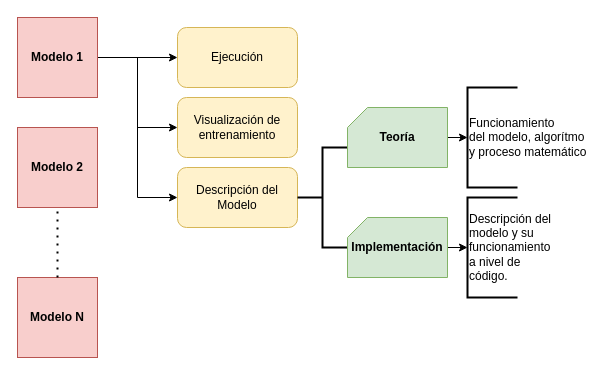
Above: img/tensorflowjs/diag_plataforma.drawio in ccofres/plataformaJS (draw.io), before the change. Source tidied: cells renumbered, new cells numbered last; positions are measured from the earlier drawing's top-left corner, leaving out a move shared by most shapes. Both pictures are drawn from the tidied source at 100%, with x=0, y=0 at pixel (17, 17).
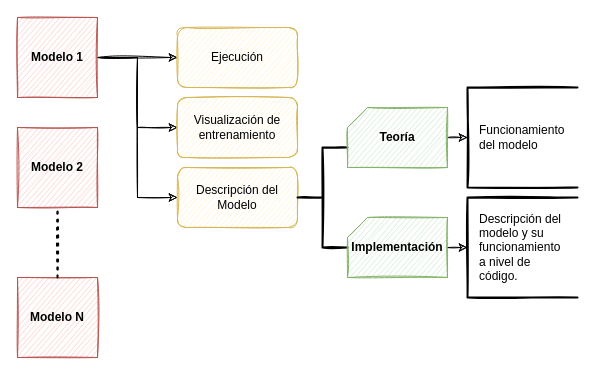
The same diagram, later.

Change to the diagram source:
```diff
@@
 <mxGraphModel>
   <root>
     <mxCell id="0" />
     <mxCell id="1" parent="0" />
-    <mxCell id="2" style="edgeStyle=orthogonalEdgeStyle;rounded=0;jettySize=auto;html=1;exitX=1;exitY=0.5;exitDx=0;exitDy=0;entryX=0;entryY=0.5;entryDx=0;entryDy=0;" parent="1" edge="1" source="5" target="6">
+    <mxCell id="2" style="edgeStyle=orthogonalEdgeStyle;rounded=0;jettySize=auto;html=1;exitX=1;exitY=0.5;exitDx=0;exitDy=0;entryX=0;entryY=0.5;entryDx=0;entryDy=0;sketch=1;" parent="1" edge="1" source="5" target="6">
       <mxGeometry relative="1" as="geometry" />
     </mxCell>
-    <mxCell id="3" style="edgeStyle=orthogonalEdgeStyle;rounded=0;jettySize=auto;html=1;exitX=1;exitY=0.5;exitDx=0;exitDy=0;entryX=0;entryY=0.5;entryDx=0;entryDy=0;" parent="1" edge="1" source="5" target="7">
+    <mxCell id="3" style="edgeStyle=orthogonalEdgeStyle;rounded=0;jettySize=auto;html=1;exitX=1;exitY=0.5;exitDx=0;exitDy=0;entryX=0;entryY=0.5;entryDx=0;entryDy=0;sketch=1;" parent="1" edge="1" source="5" target="7">
       <mxGeometry relative="1" as="geometry" />
     </mxCell>
-    <mxCell id="4" style="edgeStyle=orthogonalEdgeStyle;rounded=0;jettySize=auto;html=1;exitX=1;exitY=0.5;exitDx=0;exitDy=0;entryX=0;entryY=0.5;entryDx=0;entryDy=0;" parent="1" edge="1" source="5" target="8">
+    <mxCell id="4" style="edgeStyle=orthogonalEdgeStyle;rounded=0;jettySize=auto;html=1;exitX=1;exitY=0.5;exitDx=0;exitDy=0;entryX=0;entryY=0.5;entryDx=0;entryDy=0;sketch=1;" parent="1" edge="1" source="5" target="8">
       <mxGeometry relative="1" as="geometry" />
     </mxCell>
-    <mxCell id="5" value="&lt;b&gt;Modelo 1&lt;/b&gt;" style="whiteSpace=wrap;html=1;fillColor=#f8cecc;strokeColor=#b85450;" parent="1" vertex="1">
+    <mxCell id="5" value="&lt;b&gt;Modelo 1&lt;/b&gt;" style="whiteSpace=wrap;html=1;fillColor=#f8cecc;strokeColor=#b85450;sketch=1;" parent="1" vertex="1">
       <mxGeometry width="80" height="80" as="geometry" />
     </mxCell>
-    <mxCell id="6" value="Ejecución" style="rounded=1;whiteSpace=wrap;html=1;fillColor=#fff2cc;strokeColor=#d6b656;" parent="1" vertex="1">
+    <mxCell id="6" value="Ejecución" style="rounded=1;whiteSpace=wrap;html=1;fillColor=#fff2cc;strokeColor=#d6b656;sketch=1;" parent="1" vertex="1">
       <mxGeometry x="160" y="10" width="120" height="60" as="geometry" />
     </mxCell>
-    <mxCell id="7" value="Visualización de entrenamiento" style="rounded=1;whiteSpace=wrap;html=1;fillColor=#fff2cc;strokeColor=#d6b656;" parent="1" vertex="1">
+    <mxCell id="7" value="Visualización de entrenamiento" style="rounded=1;whiteSpace=wrap;html=1;fillColor=#fff2cc;strokeColor=#d6b656;sketch=1;" parent="1" vertex="1">
       <mxGeometry x="160" y="80" width="120" height="60" as="geometry" />
     </mxCell>
-    <mxCell id="8" value="Descripción del Modelo" style="rounded=1;whiteSpace=wrap;html=1;fillColor=#fff2cc;strokeColor=#d6b656;" parent="1" vertex="1">
+    <mxCell id="8" value="Descripción del Modelo" style="rounded=1;whiteSpace=wrap;html=1;fillColor=#fff2cc;strokeColor=#d6b656;sketch=1;" parent="1" vertex="1">
       <mxGeometry x="160" y="150" width="120" height="60" as="geometry" />
     </mxCell>
-    <mxCell id="9" style="strokeWidth=2;html=1;shape=mxgraph.flowchart.annotation_2;align=left;labelPosition=right;" parent="1" vertex="1">
+    <mxCell id="9" style="strokeWidth=2;html=1;shape=mxgraph.flowchart.annotation_2;align=left;labelPosition=right;sketch=1;" parent="1" vertex="1">
       <mxGeometry x="280" y="130" width="50" height="100" as="geometry" />
     </mxCell>
-    <mxCell id="10" style="edgeStyle=orthogonalEdgeStyle;rounded=0;jettySize=auto;html=1;exitX=1;exitY=0.5;exitDx=0;exitDy=0;exitPerimeter=0;entryX=0;entryY=0.5;entryDx=0;entryDy=0;entryPerimeter=0;" parent="1" edge="1" source="11" target="14">
+    <mxCell id="10" style="edgeStyle=orthogonalEdgeStyle;rounded=0;jettySize=auto;html=1;exitX=1;exitY=0.5;exitDx=0;exitDy=0;exitPerimeter=0;entryX=0;entryY=0.5;entryDx=0;entryDy=0;entryPerimeter=0;sketch=1;" parent="1" edge="1" source="11" target="14">
       <mxGeometry relative="1" as="geometry" />
     </mxCell>
-    <mxCell id="11" value="&lt;b&gt;Teoría&lt;/b&gt;" style="verticalLabelPosition=middle;verticalAlign=middle;html=1;shape=card;whiteSpace=wrap;size=20;arcSize=12;fillColor=#d5e8d4;strokeColor=#82b366;labelPosition=center;align=center;" parent="1" vertex="1">
+    <mxCell id="11" value="&lt;b&gt;Teoría&lt;/b&gt;" style="verticalLabelPosition=middle;verticalAlign=middle;html=1;shape=card;whiteSpace=wrap;size=20;arcSize=12;fillColor=#d5e8d4;strokeColor=#82b366;labelPosition=center;align=center;sketch=1;" parent="1" vertex="1">
       <mxGeometry x="330" y="90" width="100" height="60" as="geometry" />
     </mxCell>
-    <mxCell id="12" style="edgeStyle=orthogonalEdgeStyle;rounded=0;jettySize=auto;html=1;exitX=1;exitY=0.5;exitDx=0;exitDy=0;exitPerimeter=0;entryX=0;entryY=0.5;entryDx=0;entryDy=0;entryPerimeter=0;" parent="1" edge="1" source="13" target="15">
+    <mxCell id="12" style="edgeStyle=orthogonalEdgeStyle;rounded=0;jettySize=auto;html=1;exitX=1;exitY=0.5;exitDx=0;exitDy=0;exitPerimeter=0;entryX=0;entryY=0.5;entryDx=0;entryDy=0;entryPerimeter=0;sketch=1;" parent="1" edge="1" source="13" target="15">
       <mxGeometry relative="1" as="geometry" />
     </mxCell>
-    <mxCell id="13" value="&lt;b&gt;Implementación&lt;/b&gt;" style="verticalLabelPosition=middle;verticalAlign=middle;html=1;shape=card;whiteSpace=wrap;size=20;arcSize=12;fillColor=#d5e8d4;strokeColor=#82b366;labelPosition=center;align=center;" parent="1" vertex="1">
+    <mxCell id="13" value="&lt;b&gt;Implementación&lt;/b&gt;" style="verticalLabelPosition=middle;verticalAlign=middle;html=1;shape=card;whiteSpace=wrap;size=20;arcSize=12;fillColor=#d5e8d4;strokeColor=#82b366;labelPosition=center;align=center;sketch=1;" parent="1" vertex="1">
       <mxGeometry x="330" y="200" width="100" height="60" as="geometry" />
     </mxCell>
-    <mxCell id="14" value="Funcionamiento&lt;br&gt;del modelo, algorítmo&lt;br&gt;y proceso matemático" style="strokeWidth=2;html=1;shape=mxgraph.flowchart.annotation_1;align=left;" parent="1" vertex="1">
-      <mxGeometry x="450" y="70" width="50" height="100" as="geometry" />
+    <mxCell id="14" value="Funcionamiento&lt;br&gt;del modelo" style="strokeWidth=2;html=1;shape=mxgraph.flowchart.annotation_1;align=left;spacingLeft=10;sketch=1;" parent="1" vertex="1">
+      <mxGeometry x="450" y="70" width="110" height="100" as="geometry" />
     </mxCell>
-    <mxCell id="15" value="&lt;div class=&quot;O0&quot; style=&quot;margin-top: 0pt ; margin-bottom: 0pt ; margin-left: 0.38in ; text-indent: -0.38in&quot;&gt;Descripción del&amp;nbsp;&lt;/div&gt;&lt;div class=&quot;O0&quot; style=&quot;margin-top: 0pt ; margin-bottom: 0pt ; margin-left: 0.38in ; text-indent: -0.38in&quot;&gt;modelo y su&amp;nbsp;&lt;/div&gt;&lt;div class=&quot;O0&quot; style=&quot;margin-top: 0pt ; margin-bottom: 0pt ; margin-left: 0.38in ; text-indent: -0.38in&quot;&gt;funcionamiento&amp;nbsp;&lt;/div&gt;&lt;div class=&quot;O0&quot; style=&quot;margin-top: 0pt ; margin-bottom: 0pt ; margin-left: 0.38in ; text-indent: -0.38in&quot;&gt;a nivel de&lt;/div&gt;&lt;div class=&quot;O0&quot; style=&quot;margin-top: 0pt ; margin-bottom: 0pt ; margin-left: 0.38in ; text-indent: -0.38in&quot;&gt;código.&lt;/div&gt;" style="strokeWidth=2;html=1;shape=mxgraph.flowchart.annotation_1;align=left;" parent="1" vertex="1">
-      <mxGeometry x="450" y="180" width="50" height="100" as="geometry" />
+    <mxCell id="15" value="&lt;div class=&quot;O0&quot; style=&quot;margin-top: 0pt ; margin-bottom: 0pt ; margin-left: 0.38in ; text-indent: -0.38in&quot;&gt;Descripción del&amp;nbsp;&lt;/div&gt;&lt;div class=&quot;O0&quot; style=&quot;margin-top: 0pt ; margin-bottom: 0pt ; margin-left: 0.38in ; text-indent: -0.38in&quot;&gt;modelo y su&amp;nbsp;&lt;/div&gt;&lt;div class=&quot;O0&quot; style=&quot;margin-top: 0pt ; margin-bottom: 0pt ; margin-left: 0.38in ; text-indent: -0.38in&quot;&gt;funcionamiento&amp;nbsp;&lt;/div&gt;&lt;div class=&quot;O0&quot; style=&quot;margin-top: 0pt ; margin-bottom: 0pt ; margin-left: 0.38in ; text-indent: -0.38in&quot;&gt;a nivel de&lt;/div&gt;&lt;div class=&quot;O0&quot; style=&quot;margin-top: 0pt ; margin-bottom: 0pt ; margin-left: 0.38in ; text-indent: -0.38in&quot;&gt;código.&lt;/div&gt;" style="strokeWidth=2;html=1;shape=mxgraph.flowchart.annotation_1;align=left;spacingLeft=10;sketch=1;" parent="1" vertex="1">
+      <mxGeometry x="450" y="180" width="110" height="100" as="geometry" />
     </mxCell>
-    <mxCell id="16" value="&lt;b&gt;Modelo 2&lt;/b&gt;" style="whiteSpace=wrap;html=1;fillColor=#f8cecc;strokeColor=#b85450;" parent="1" vertex="1">
+    <mxCell id="16" value="&lt;b&gt;Modelo 2&lt;/b&gt;" style="whiteSpace=wrap;html=1;fillColor=#f8cecc;strokeColor=#b85450;sketch=1;" parent="1" vertex="1">
       <mxGeometry y="110" width="80" height="80" as="geometry" />
     </mxCell>
-    <mxCell id="17" value="&lt;b&gt;Modelo N&lt;/b&gt;" style="whiteSpace=wrap;html=1;fillColor=#f8cecc;strokeColor=#b85450;" parent="1" vertex="1">
+    <mxCell id="17" value="&lt;b&gt;Modelo N&lt;/b&gt;" style="whiteSpace=wrap;html=1;fillColor=#f8cecc;strokeColor=#b85450;sketch=1;" parent="1" vertex="1">
       <mxGeometry y="260" width="80" height="80" as="geometry" />
     </mxCell>
-    <mxCell id="18" style="endArrow=none;dashed=1;html=1;dashPattern=1 3;strokeWidth=2;entryX=0.5;entryY=1;entryDx=0;entryDy=0;exitX=0.5;exitY=0;exitDx=0;exitDy=0;" parent="1" edge="1" source="17" target="16">
+    <mxCell id="18" style="endArrow=none;dashed=1;html=1;dashPattern=1 3;strokeWidth=2;entryX=0.5;entryY=1;entryDx=0;entryDy=0;exitX=0.5;exitY=0;exitDx=0;exitDy=0;sketch=1;" parent="1" edge="1" source="17" target="16">
       <mxGeometry relative="1" as="geometry" />
     </mxCell>
   </root>
 </mxGraphModel>
```
